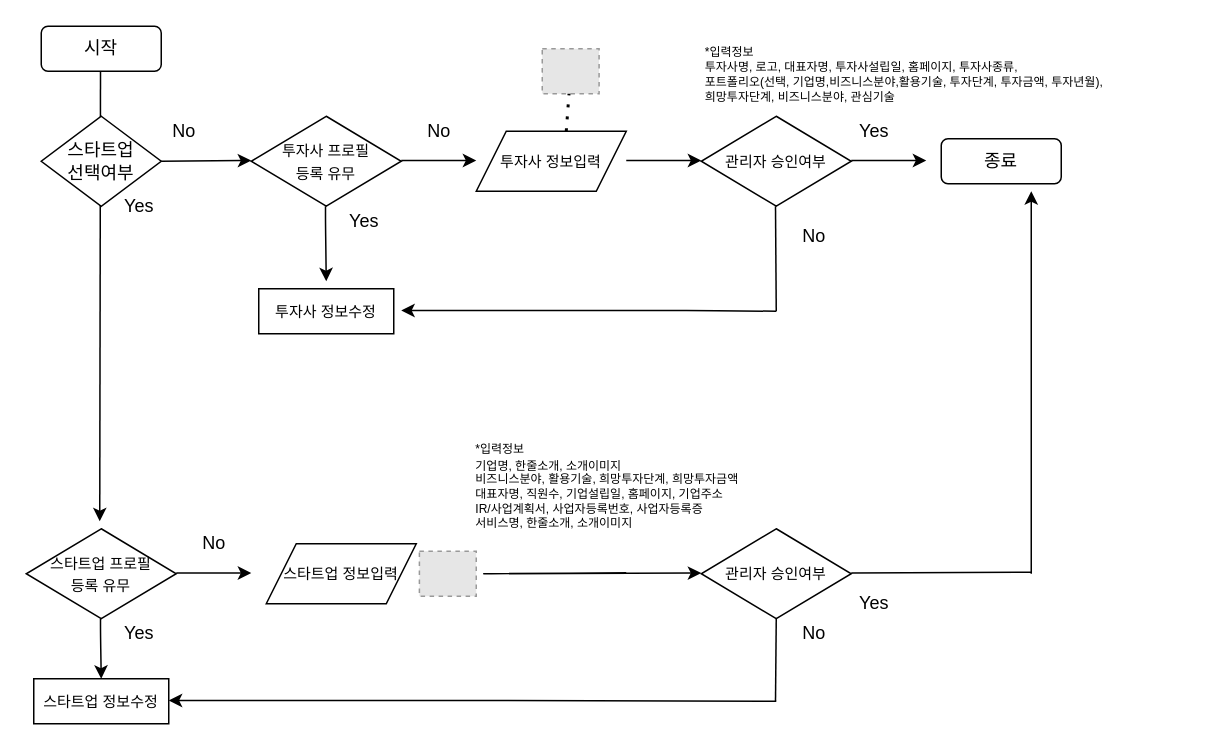
This is 비즈니스나우 프로필_수정.drawio from Lucidhomme/TIL, a draw.io file, before an edit. Source tidied: cells renumbered, new cells numbered last; positions are measured from the earlier drawing's top-left corner, leaving out a move shared by most shapes. Both pictures are drawn from the tidied source at 150%, with x=0, y=0 at pixel (26, 26). Pictures stored in the file or linked from it are replaced by grey dashed boxes.
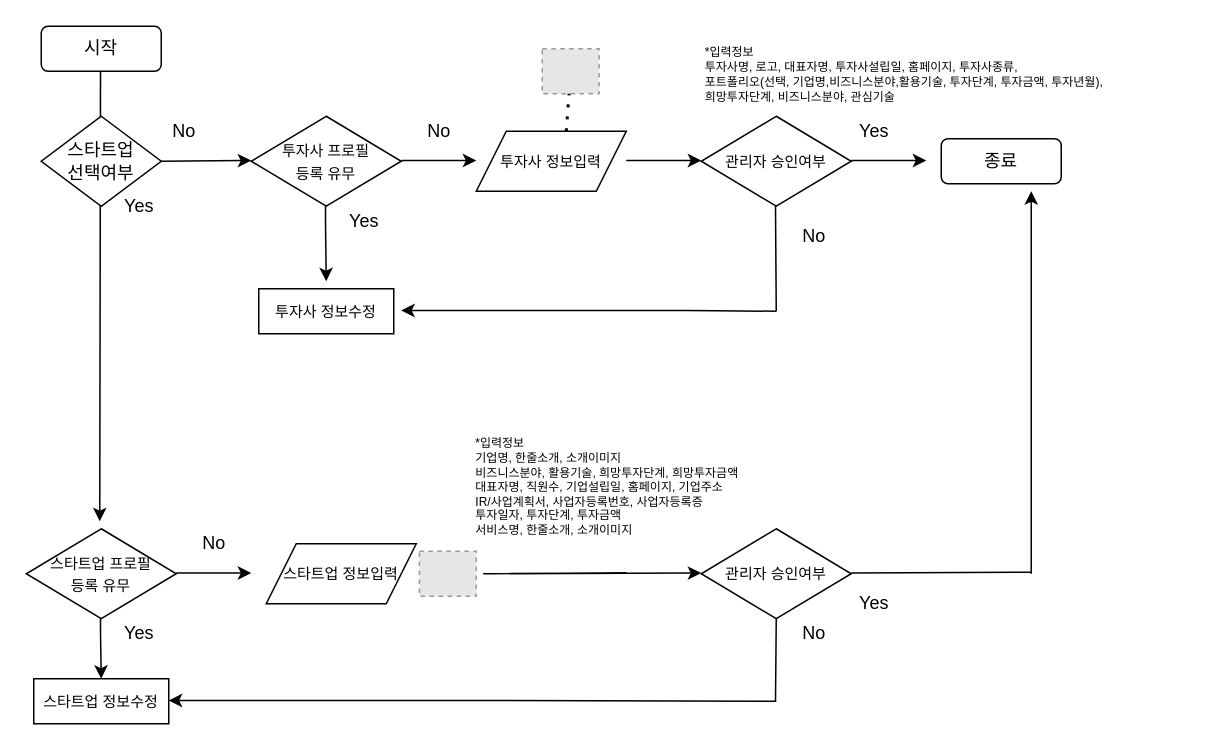
The same diagram, later.

Commit message:
Update 비즈니스나우 프로필_수정.drawio

The edit, as a diff of the source:
```diff
@@
-    <mxCell id="28" value="&lt;div style=&quot;text-align: left&quot;&gt;&lt;span style=&quot;font-size: 8px&quot;&gt;*입력정보&lt;/span&gt;&lt;/div&gt;&lt;font style=&quot;font-size: 8px&quot;&gt;&lt;div style=&quot;text-align: left&quot;&gt;&lt;span&gt;기업명, 한줄소개, 소개이미지&lt;/span&gt;&lt;/div&gt;&lt;div style=&quot;text-align: left&quot;&gt;&lt;span&gt;비즈니스분야, 활용기술, 희망투자단계, 희망투자금액&lt;/span&gt;&lt;/div&gt;&lt;div style=&quot;text-align: left&quot;&gt;&lt;span&gt;대표자명, 직원수, 기업설립일, 홈페이지, 기업주소&lt;/span&gt;&lt;/div&gt;&lt;div style=&quot;text-align: left&quot;&gt;&lt;span&gt;IR/사업계획서, 사업자등록번호, 사업자등록증&lt;/span&gt;&lt;/div&gt;&lt;div style=&quot;text-align: left&quot;&gt;&lt;span&gt;서비스명, 한줄소개, 소개이미지&amp;nbsp;&lt;/span&gt;&lt;/div&gt;&lt;/font&gt;" style="text;html=1;align=center;verticalAlign=middle;fillColor=none;strokeColor=none;rounded=0;" parent="1" vertex="1">
-      <mxGeometry x="262.1" y="260" width="250" height="90" as="geometry" />
+    <mxCell id="28" value="&lt;div style=&quot;text-align: left&quot;&gt;&lt;span style=&quot;font-size: 8px&quot;&gt;*입력정보&lt;/span&gt;&lt;/div&gt;&lt;font style=&quot;font-size: 8px&quot;&gt;&lt;div style=&quot;text-align: left&quot;&gt;&lt;span&gt;기업명, 한줄소개, 소개이미지&lt;/span&gt;&lt;/div&gt;&lt;div style=&quot;text-align: left&quot;&gt;&lt;span&gt;비즈니스분야, 활용기술, 희망투자단계, 희망투자금액&lt;/span&gt;&lt;/div&gt;&lt;div style=&quot;text-align: left&quot;&gt;&lt;span&gt;대표자명, 직원수, 기업설립일, 홈페이지, 기업주소&lt;/span&gt;&lt;/div&gt;&lt;div style=&quot;text-align: left&quot;&gt;&lt;span&gt;IR/사업계획서, 사업자등록번호, 사업자등록증&lt;/span&gt;&lt;/div&gt;&lt;div style=&quot;text-align: left&quot;&gt;투자일자, 투자단계, 투자금액&lt;/div&gt;&lt;div style=&quot;text-align: left&quot;&gt;&lt;span&gt;서비스명, 한줄소개, 소개이미지&amp;nbsp;&lt;/span&gt;&lt;/div&gt;&lt;/font&gt;" style="text;html=1;align=center;verticalAlign=middle;fillColor=none;strokeColor=none;rounded=0;" parent="1" vertex="1">
+      <mxGeometry x="262.1" y="255" width="250" height="100" as="geometry" />
     </mxCell>
```
